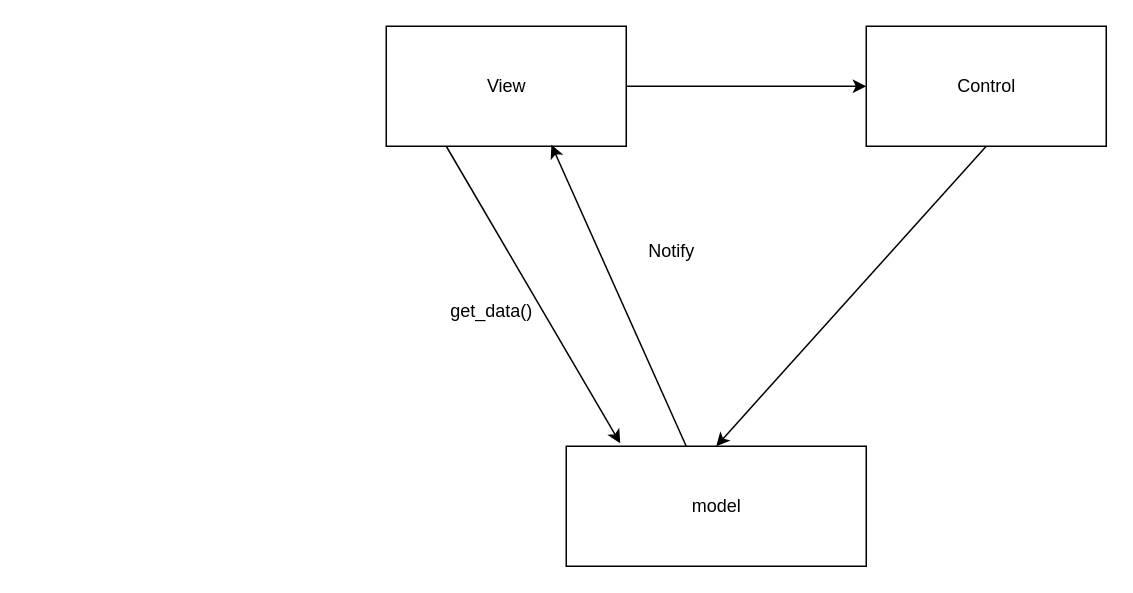
The draw.io diagram page "MVC" (5 of 5) of UML_SCANDATA.drawio in lunelukkio/SCANDATA, before the edit. Source tidied: cells renumbered, new cells numbered last; positions are measured from the earlier drawing's top-left corner, leaving out a move shared by most shapes. Both pictures are drawn from the tidied source at 150%, with x=0, y=0 at pixel (386, 26).
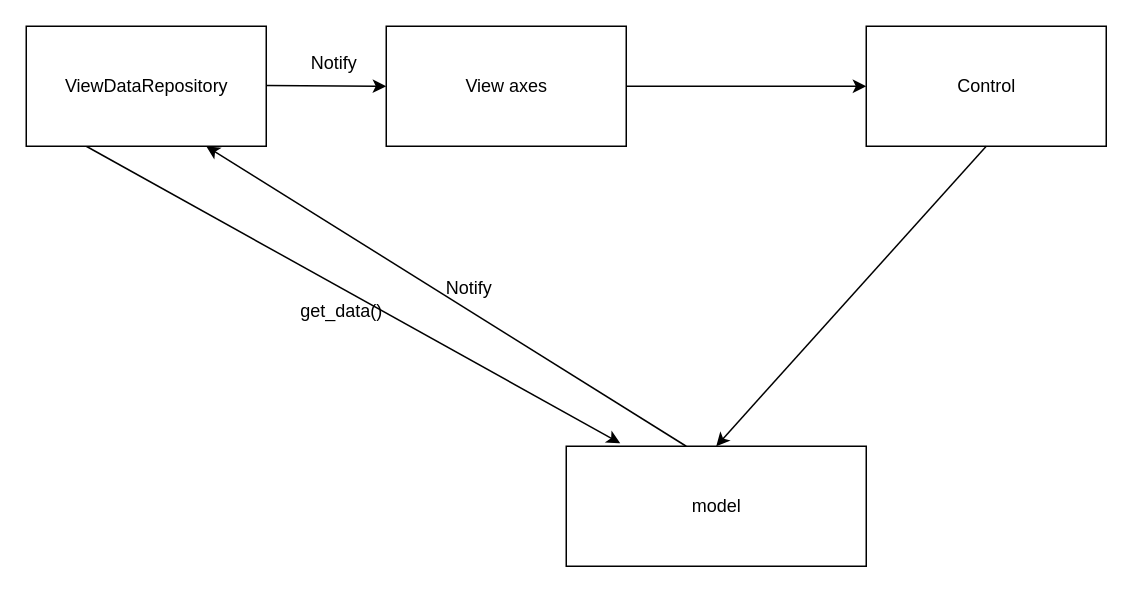
The same diagram, later.

Change to the diagram source:
```diff
@@
 <mxGraphModel>
   <root>
     <mxCell id="0" />
     <mxCell id="1" parent="0" />
-    <mxCell id="2" value="View" style="html=1;" parent="1" vertex="1">
+    <mxCell id="2" value="View axes" style="html=1;" parent="1" vertex="1">
       <mxGeometry width="160" height="80" as="geometry" />
     </mxCell>
     <mxCell id="3" value="Control" style="html=1;" parent="1" vertex="1">
       <mxGeometry x="320" width="160" height="80" as="geometry" />
     </mxCell>
     <mxCell id="4" value="model" style="html=1;" parent="1" vertex="1">
       <mxGeometry x="120" y="280" width="200" height="80" as="geometry" />
     </mxCell>
     <mxCell id="5" style="endArrow=classic;html=1;rounded=0;exitX=1;exitY=0.5;exitDx=0;exitDy=0;entryX=0;entryY=0.5;entryDx=0;entryDy=0;" parent="1" edge="1" source="2" target="3">
       <mxGeometry relative="1" as="geometry" />
     </mxCell>
     <mxCell id="6" style="endArrow=classic;html=1;rounded=0;exitX=0.5;exitY=1;exitDx=0;exitDy=0;entryX=0.5;entryY=0;entryDx=0;entryDy=0;" parent="1" edge="1" source="3" target="4">
       <mxGeometry relative="1" as="geometry" />
     </mxCell>
-    <mxCell id="7" style="endArrow=classic;html=1;rounded=0;exitX=0.4;exitY=0;exitDx=0;exitDy=0;exitPerimeter=0;entryX=0.688;entryY=0.988;entryDx=0;entryDy=0;entryPerimeter=0;" parent="1" edge="1" source="4" target="2">
+    <mxCell id="7" style="endArrow=classic;html=1;rounded=0;exitX=0.4;exitY=0;exitDx=0;exitDy=0;exitPerimeter=0;entryX=0.75;entryY=1;entryDx=0;entryDy=0;" parent="1" edge="1" source="4" target="11">
       <mxGeometry relative="1" as="geometry" />
     </mxCell>
     <mxCell id="8" value="Notify" style="text;html=1;align=center;verticalAlign=middle;strokeColor=none;fillColor=none;" parent="1" vertex="1">
-      <mxGeometry x="165" y="135" width="50" height="30" as="geometry" />
+      <mxGeometry x="30" y="160" width="50" height="30" as="geometry" />
     </mxCell>
-    <mxCell id="9" style="endArrow=classic;html=1;rounded=0;entryX=0.18;entryY=-0.025;entryDx=0;entryDy=0;entryPerimeter=0;exitX=0.25;exitY=1;exitDx=0;exitDy=0;" parent="1" edge="1" source="2" target="4">
+    <mxCell id="9" style="endArrow=classic;html=1;rounded=0;entryX=0.18;entryY=-0.025;entryDx=0;entryDy=0;entryPerimeter=0;exitX=0.25;exitY=1;exitDx=0;exitDy=0;" parent="1" edge="1" source="11" target="4">
       <mxGeometry relative="1" as="geometry" />
     </mxCell>
     <mxCell id="10" value="get_data()" style="text;html=1;align=center;verticalAlign=middle;strokeColor=none;fillColor=none;" parent="1" vertex="1">
-      <mxGeometry x="30" y="175" width="80" height="30" as="geometry" />
+      <mxGeometry x="-70" y="175" width="80" height="30" as="geometry" />
     </mxCell>
+    <mxCell id="11" value="ViewDataRepository" style="html=1;" parent="1" vertex="1">
+      <mxGeometry x="-240" width="160" height="80" as="geometry" />
+    </mxCell>
+    <mxCell id="12" style="endArrow=classic;html=1;rounded=0;exitX=1;exitY=0.5;exitDx=0;exitDy=0;" parent="1" edge="1">
+      <mxGeometry relative="1" as="geometry">
+        <mxPoint x="-80" y="39.5" as="sourcePoint" />
+        <mxPoint y="40" as="targetPoint" />
+      </mxGeometry>
+    </mxCell>
+    <mxCell id="13" value="Notify" style="text;html=1;align=center;verticalAlign=middle;strokeColor=none;fillColor=none;" parent="1" vertex="1">
+      <mxGeometry x="-60" y="10" width="50" height="30" as="geometry" />
+    </mxCell>
   </root>
 </mxGraphModel>
```
